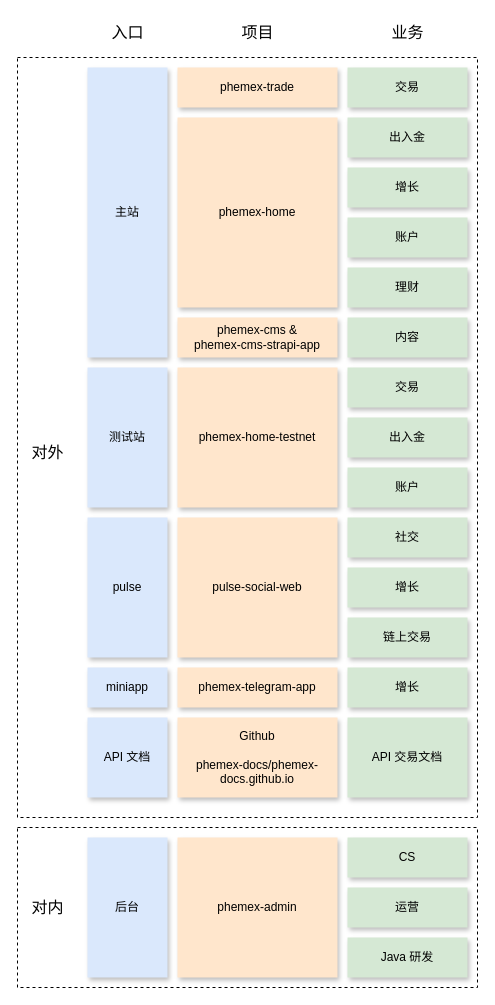
Before: page "phemex-biz" (1 of 3) of cex-biz.drawio in AC-YoY/diagram-storage, a draw.io diagram. Source tidied: cells renumbered, new cells numbered last; positions are measured from the earlier drawing's top-left corner, leaving out a move shared by most shapes. Both pictures are drawn from the tidied source at 100%, with x=0, y=0 at pixel (17, 17).
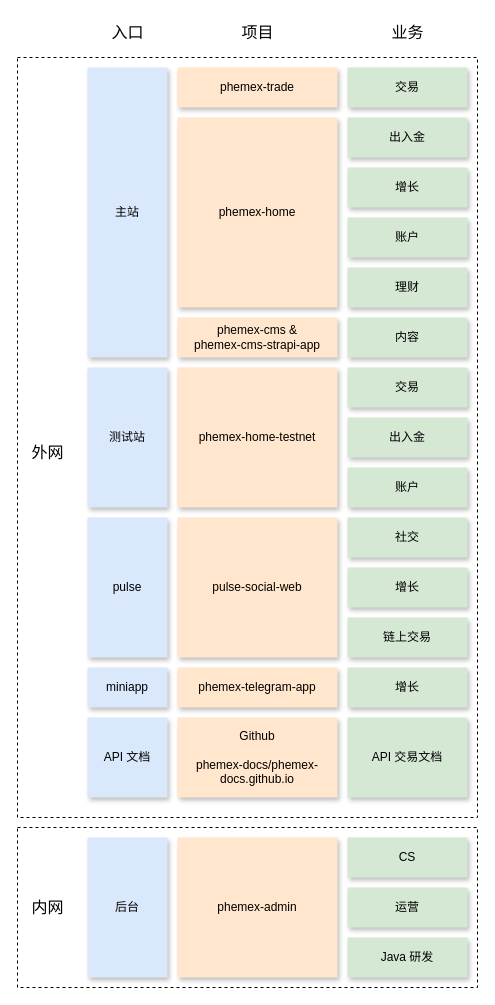
Above is the later version.

What changed in the source:
```diff
@@
-    <mxCell id="38" value="对内" style="text;html=1;align=center;verticalAlign=middle;strokeColor=none;fillColor=none;fontSize=16;" parent="1" vertex="1">
+    <mxCell id="38" value="内网" style="text;html=1;align=center;verticalAlign=middle;strokeColor=none;fillColor=none;fontSize=16;" parent="1" vertex="1">
       <mxGeometry y="875" width="60" height="30" as="geometry" />
     </mxCell>
-    <mxCell id="39" value="对外" style="text;html=1;align=center;verticalAlign=middle;strokeColor=none;fillColor=none;fontSize=16;" parent="1" vertex="1">
+    <mxCell id="39" value="外网" style="text;html=1;align=center;verticalAlign=middle;strokeColor=none;fillColor=none;fontSize=16;" parent="1" vertex="1">
       <mxGeometry y="420" width="60" height="30" as="geometry" />
     </mxCell>
```
